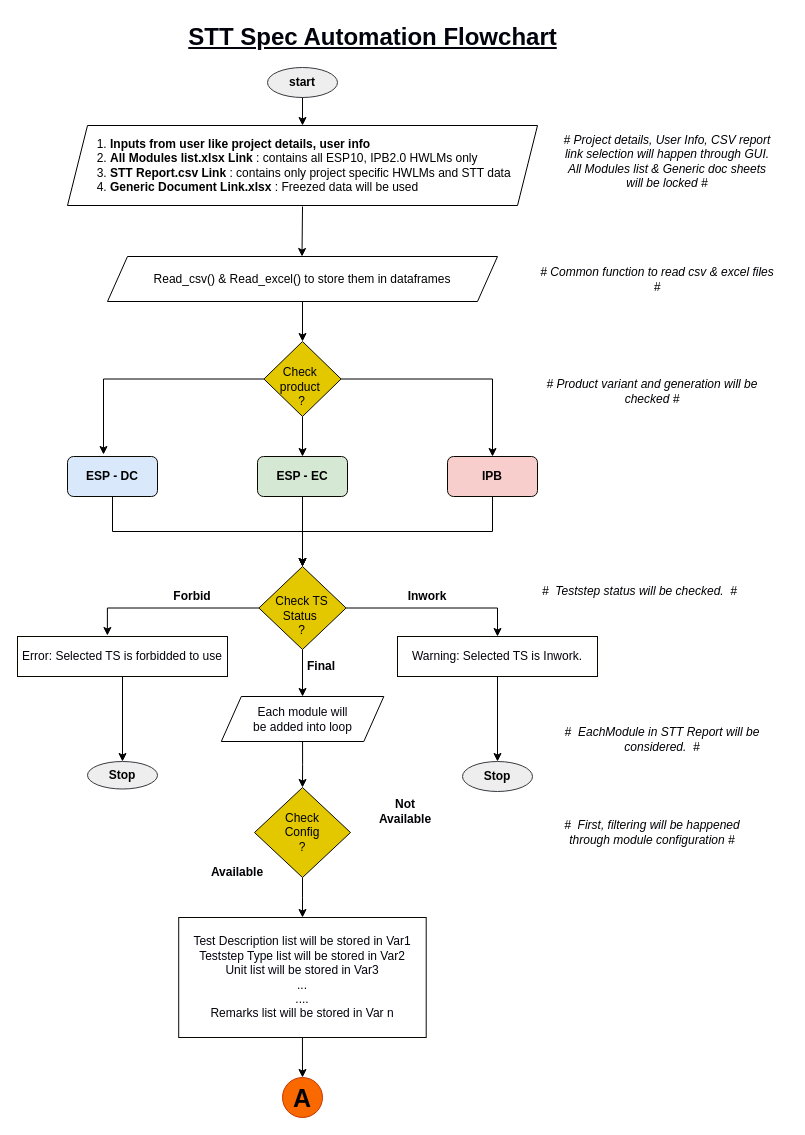
This is page "Page-1" (1 of 2) of Untitled Diagram.drawio from Manideep22/STT, a draw.io file, before an edit. Source tidied: cells renumbered, new cells numbered last; positions are measured from the earlier drawing's top-left corner, leaving out a move shared by most shapes. Both pictures are drawn from the tidied source at 100%, with x=0, y=0 at pixel (17, 17).
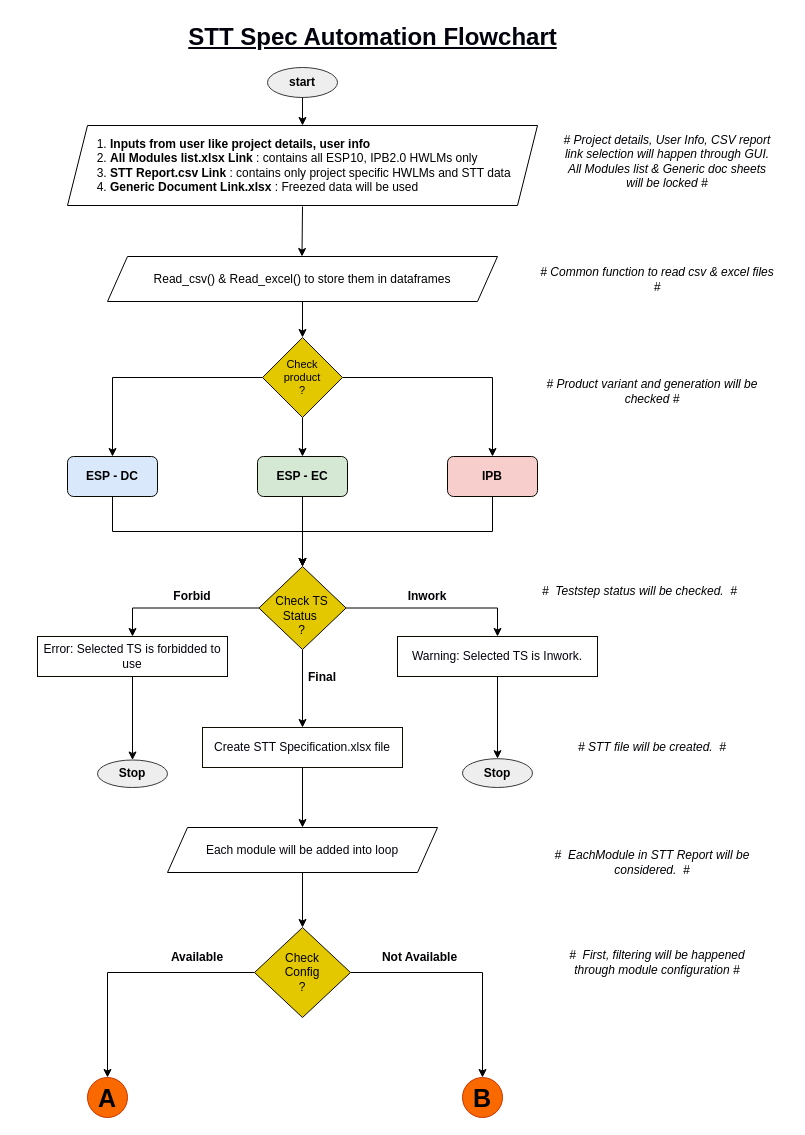
The same diagram, later.

Unchanged cells that the change refers to:
```xml
<mxCell id="5" value="Read_csv() &amp;amp; Read_excel() to store them in dataframes" style="shape=parallelogram;perimeter=parallelogramPerimeter;whiteSpace=wrap;html=1;fixedSize=1;" parent="1" vertex="1">
  <mxGeometry x="90" y="239" width="390" height="45" as="geometry" />
</mxCell>
<mxCell id="14" value="&lt;b&gt;IPB&lt;/b&gt;" style="rounded=1;whiteSpace=wrap;html=1;fillColor=#f8cecc;strokeColor=#0A0900;" parent="1" vertex="1">
  <mxGeometry x="430" y="439" width="90" height="40" as="geometry" />
</mxCell>
<mxCell id="16" value="&lt;b&gt;ESP - DC&lt;/b&gt;" style="rounded=1;whiteSpace=wrap;html=1;labelBackgroundColor=none;fillColor=#dae8fc;strokeColor=#0A0900;" parent="1" vertex="1">
  <mxGeometry x="50" y="439" width="90" height="40" as="geometry" />
</mxCell>
<mxCell id="18" value="&lt;b&gt;ESP - EC&lt;/b&gt;" style="rounded=1;whiteSpace=wrap;html=1;fillColor=#d5e8d4;strokeColor=#0A0900;" parent="1" vertex="1">
  <mxGeometry x="240" y="439" width="90" height="40" as="geometry" />
</mxCell>
<mxCell id="34" value="&lt;div&gt;&lt;br&gt;&lt;/div&gt;&lt;div&gt;Check TS Status&amp;nbsp; &lt;br&gt;&lt;/div&gt;&lt;div&gt;?&lt;/div&gt;" style="rhombus;whiteSpace=wrap;html=1;fontColor=#000000;fillColor=#e3c800;strokeColor=#0A0900;" parent="1" vertex="1">
  <mxGeometry x="241.4" y="549" width="87.2" height="83" as="geometry" />
</mxCell>
<mxCell id="39" value="Warning: Selected TS is Inwork." style="rounded=0;whiteSpace=wrap;html=1;labelBackgroundColor=none;fontColor=#03030D;strokeColor=#0A0900;" parent="1" vertex="1">
  <mxGeometry x="380" y="619" width="200" height="40" as="geometry" />
</mxCell>
```

Change to the diagram source:
```diff
@@
-    <mxCell id="4" style="edgeStyle=orthogonalEdgeStyle;rounded=0;jettySize=auto;html=1;exitX=0.5;exitY=1;exitDx=0;exitDy=0;entryX=0.5;entryY=0;entryDx=0;entryDy=0;fontColor=#03030D;" parent="1" edge="1" source="5" target="11">
+    <mxCell id="4" style="edgeStyle=orthogonalEdgeStyle;rounded=0;jettySize=auto;html=1;exitX=0.5;exitY=1;exitDx=0;exitDy=0;entryX=0.5;entryY=0;entryDx=0;entryDy=0;fontSize=12;fontColor=#03030D;" parent="1" edge="1" source="5" target="11">
       <mxGeometry relative="1" as="geometry" />
     </mxCell>
@@
-    <mxCell id="8" style="edgeStyle=orthogonalEdgeStyle;rounded=0;jettySize=auto;html=1;exitX=0;exitY=0.5;exitDx=0;exitDy=0;entryX=0.4;entryY=-0.05;entryDx=0;entryDy=0;entryPerimeter=0;fontColor=#03030D;" parent="1" edge="1" source="11" target="16">
-      <mxGeometry relative="1" as="geometry" />
-    </mxCell>
-    <mxCell id="9" style="edgeStyle=orthogonalEdgeStyle;rounded=0;jettySize=auto;html=1;exitX=0.5;exitY=1;exitDx=0;exitDy=0;entryX=0.5;entryY=0;entryDx=0;entryDy=0;fontColor=#03030D;" parent="1" edge="1" source="11" target="18">
-      <mxGeometry relative="1" as="geometry" />
-    </mxCell>
-    <mxCell id="10" style="edgeStyle=orthogonalEdgeStyle;rounded=0;jettySize=auto;html=1;entryX=0.5;entryY=0;entryDx=0;entryDy=0;fontColor=#03030D;" parent="1" edge="1" source="11" target="14">
-      <mxGeometry relative="1" as="geometry" />
-    </mxCell>
-    <mxCell id="11" value="&lt;div&gt;&lt;br&gt;&lt;/div&gt;&lt;div&gt;Check&amp;nbsp; product&amp;nbsp; &lt;br&gt;&lt;/div&gt;&lt;div&gt;?&lt;/div&gt;" style="rhombus;whiteSpace=wrap;html=1;fontColor=#000000;fillColor=#e3c800;strokeColor=#0A0900;" parent="1" vertex="1">
-      <mxGeometry x="246.4" y="324" width="77.2" height="75" as="geometry" />
-    </mxCell>
@@
-    <mxCell id="21" style="edgeStyle=orthogonalEdgeStyle;rounded=0;jettySize=auto;html=1;exitX=0.5;exitY=1;exitDx=0;exitDy=0;entryX=0.5;entryY=0;entryDx=0;entryDy=0;fontColor=#03030D;" parent="1" edge="1" source="22" target="24">
+    <mxCell id="21" style="edgeStyle=orthogonalEdgeStyle;rounded=0;jettySize=auto;html=1;exitX=0.5;exitY=1;exitDx=0;exitDy=0;entryX=0.5;entryY=0;entryDx=0;entryDy=0;fontSize=12;fontColor=#03030D;" parent="1" edge="1" source="22" target="24">
       <mxGeometry relative="1" as="geometry" />
     </mxCell>
-    <mxCell id="22" value="&lt;div&gt;Each module will &lt;br&gt;&lt;/div&gt;&lt;div&gt;be added into loop&lt;/div&gt;" style="shape=parallelogram;perimeter=parallelogramPerimeter;whiteSpace=wrap;html=1;fixedSize=1;labelBackgroundColor=none;fontColor=#03030D;" parent="1" vertex="1">
-      <mxGeometry x="203.8" y="679" width="162.5" height="45" as="geometry" />
+    <mxCell id="22" value="&lt;div&gt;Each module will be added into loop&lt;/div&gt;" style="shape=parallelogram;perimeter=parallelogramPerimeter;whiteSpace=wrap;html=1;fixedSize=1;labelBackgroundColor=none;fontColor=#03030D;" parent="1" vertex="1">
+      <mxGeometry x="150" y="810" width="270" height="45" as="geometry" />
     </mxCell>
-    <mxCell id="23" style="edgeStyle=orthogonalEdgeStyle;rounded=0;jettySize=auto;html=1;exitX=0.5;exitY=1;exitDx=0;exitDy=0;fontColor=#03030D;" parent="1" edge="1" source="24" target="30">
-      <mxGeometry relative="1" as="geometry" />
-    </mxCell>
+    <mxCell id="47" style="edgeStyle=orthogonalEdgeStyle;rounded=0;jettySize=auto;html=1;exitX=1;exitY=0.5;exitDx=0;exitDy=0;entryX=0.5;entryY=0;entryDx=0;entryDy=0;fontSize=12;fontColor=#03030D;" parent="1" edge="1" source="24" target="50">
+      <mxGeometry relative="1" as="geometry" />
+    </mxCell>
+    <mxCell id="48" style="edgeStyle=orthogonalEdgeStyle;rounded=0;jettySize=auto;html=1;exitX=0;exitY=0.5;exitDx=0;exitDy=0;entryX=0.5;entryY=0;entryDx=0;entryDy=0;fontSize=12;fontColor=#03030D;" parent="1" edge="1" source="24" target="45">
+      <mxGeometry relative="1" as="geometry" />
+    </mxCell>
     <mxCell id="24" value="&lt;div&gt;Check &lt;br&gt;&lt;/div&gt;&lt;div&gt;Config&lt;/div&gt;&lt;div&gt;?&lt;br&gt;&lt;/div&gt;" style="rhombus;whiteSpace=wrap;html=1;fontColor=#000000;fillColor=#e3c800;strokeColor=#0A0900;" parent="1" vertex="1">
-      <mxGeometry x="237" y="770" width="96" height="90" as="geometry" />
+      <mxGeometry x="237" y="910" width="96" height="90" as="geometry" />
     </mxCell>
     <mxCell id="25" value="#&amp;nbsp; EachModule in STT Report will be considered.&amp;nbsp; #" style="text;html=1;strokeColor=none;fillColor=none;align=center;verticalAlign=middle;whiteSpace=wrap;rounded=0;fontColor=#000005;fontStyle=2;" parent="1" vertex="1">
-      <mxGeometry x="520" y="686.5" width="250" height="70" as="geometry" />
+      <mxGeometry x="510" y="810" width="250" height="70" as="geometry" />
     </mxCell>
     <mxCell id="26" value="#&amp;nbsp; First, filtering will be happened through module configuration #" style="text;html=1;strokeColor=none;fillColor=none;align=center;verticalAlign=middle;whiteSpace=wrap;rounded=0;fontColor=#000005;fontStyle=2;" parent="1" vertex="1">
-      <mxGeometry x="530" y="780" width="210" height="70" as="geometry" />
+      <mxGeometry x="535" y="910" width="210" height="70" as="geometry" />
     </mxCell>
     <mxCell id="27" value="Available" style="text;html=1;strokeColor=none;fillColor=none;align=center;verticalAlign=middle;whiteSpace=wrap;rounded=0;fontColor=#000005;fontStyle=1;" parent="1" vertex="1">
-      <mxGeometry x="190" y="850" width="60" height="10" as="geometry" />
+      <mxGeometry x="150" y="935" width="60" height="10" as="geometry" />
     </mxCell>
     <mxCell id="28" value="Not Available" style="text;html=1;strokeColor=none;fillColor=none;align=center;verticalAlign=middle;whiteSpace=wrap;rounded=0;fontColor=#000005;fontStyle=1;" parent="1" vertex="1">
-      <mxGeometry x="362.5" y="774" width="50" height="40" as="geometry" />
+      <mxGeometry x="360" y="920" width="85" height="40" as="geometry" />
     </mxCell>
-    <mxCell id="29" style="edgeStyle=orthogonalEdgeStyle;rounded=0;jettySize=auto;html=1;exitX=0.5;exitY=1;exitDx=0;exitDy=0;entryX=0.5;entryY=0;entryDx=0;entryDy=0;fontColor=#03030D;" parent="1" edge="1" source="30" target="45">
-      <mxGeometry relative="1" as="geometry" />
-    </mxCell>
-    <mxCell id="30" value="&lt;div&gt;&lt;br&gt;&lt;/div&gt;&lt;div&gt;&lt;br&gt;&lt;/div&gt;&lt;div&gt;&lt;br&gt;&lt;/div&gt;&lt;div&gt;Test Description list will be stored in Var1&lt;/div&gt;&lt;div&gt;&lt;div&gt;Teststep Type list will be stored in Var2&lt;br&gt;&lt;div&gt;Unit list will be stored in Var3&lt;br&gt;...&lt;/div&gt;&lt;div&gt;....&lt;/div&gt;&lt;div&gt;Remarks list will be stored in Var n&lt;div&gt;&lt;br&gt;&lt;br&gt;&lt;/div&gt;&lt;/div&gt;&lt;/div&gt;&lt;/div&gt;&lt;div&gt;&lt;br&gt;&lt;/div&gt;" style="rounded=0;whiteSpace=wrap;html=1;labelBackgroundColor=none;fontColor=#03030D;strokeColor=#0A0900;" parent="1" vertex="1">
-      <mxGeometry x="161.2" y="900" width="247.5" height="120" as="geometry" />
-    </mxCell>
+    <mxCell id="32" style="edgeStyle=orthogonalEdgeStyle;rounded=0;jettySize=auto;html=1;exitX=1;exitY=0.5;exitDx=0;exitDy=0;entryX=0.5;entryY=0;entryDx=0;entryDy=0;fontColor=#03030D;" parent="1" edge="1" source="34" target="39">
+      <mxGeometry relative="1" as="geometry" />
+    </mxCell>
-    <mxCell id="31" style="edgeStyle=orthogonalEdgeStyle;rounded=0;jettySize=auto;html=1;exitX=0;exitY=0.5;exitDx=0;exitDy=0;entryX=0.428;entryY=-0.025;entryDx=0;entryDy=0;entryPerimeter=0;fontColor=#03030D;" parent="1" edge="1" source="34" target="36">
+    <mxCell id="31" style="edgeStyle=orthogonalEdgeStyle;rounded=0;jettySize=auto;html=1;exitX=0;exitY=0.5;exitDx=0;exitDy=0;entryX=0.5;entryY=0;entryDx=0;entryDy=0;fontSize=11;fontColor=#03030D;" parent="1" edge="1" source="34" target="36">
       <mxGeometry relative="1" as="geometry" />
     </mxCell>
-    <mxCell id="32" style="edgeStyle=orthogonalEdgeStyle;rounded=0;jettySize=auto;html=1;exitX=1;exitY=0.5;exitDx=0;exitDy=0;entryX=0.5;entryY=0;entryDx=0;entryDy=0;fontColor=#03030D;" parent="1" edge="1" source="34" target="39">
-      <mxGeometry relative="1" as="geometry" />
-    </mxCell>
-    <mxCell id="33" style="edgeStyle=orthogonalEdgeStyle;rounded=0;jettySize=auto;html=1;exitX=0.5;exitY=1;exitDx=0;exitDy=0;entryX=0.5;entryY=0;entryDx=0;entryDy=0;fontColor=#03030D;" parent="1" edge="1" source="34" target="22">
-      <mxGeometry relative="1" as="geometry" />
-    </mxCell>
+    <mxCell id="49" style="edgeStyle=orthogonalEdgeStyle;rounded=0;jettySize=auto;html=1;exitX=0.5;exitY=1;exitDx=0;exitDy=0;fontSize=12;fontColor=#03030D;" parent="1" edge="1" source="34" target="52">
+      <mxGeometry relative="1" as="geometry" />
+    </mxCell>
@@
     <mxCell id="36" value="Error: Selected TS is forbidded to use" style="rounded=0;whiteSpace=wrap;html=1;labelBackgroundColor=none;fontColor=#03030D;strokeColor=#0A0900;" parent="1" vertex="1">
-      <mxGeometry y="619" width="210" height="40" as="geometry" />
+      <mxGeometry x="20" y="619" width="190" height="40" as="geometry" />
     </mxCell>
@@
     <mxCell id="41" value="Stop" style="ellipse;whiteSpace=wrap;html=1;fillColor=#eeeeee;strokeColor=#36393d;fontStyle=1;" parent="1" vertex="1">
-      <mxGeometry x="445" y="744" width="70" height="30" as="geometry" />
+      <mxGeometry x="445" y="741.2" width="70" height="28.8" as="geometry" />
     </mxCell>
     <mxCell id="42" value="Final" style="text;html=1;strokeColor=none;fillColor=none;align=center;verticalAlign=middle;whiteSpace=wrap;rounded=0;fontColor=#000005;fontStyle=1;" parent="1" vertex="1">
-      <mxGeometry x="283.6" y="639" width="40" height="20" as="geometry" />
+      <mxGeometry x="285" y="650" width="40" height="20" as="geometry" />
     </mxCell>
     <mxCell id="43" value="Stop" style="ellipse;whiteSpace=wrap;html=1;fillColor=#eeeeee;strokeColor=#36393d;fontStyle=1;" parent="1" vertex="1">
-      <mxGeometry x="70" y="744" width="70" height="27.5" as="geometry" />
+      <mxGeometry x="80" y="742.5" width="70" height="27.5" as="geometry" />
     </mxCell>
@@
     <mxCell id="45" value="A" style="ellipse;whiteSpace=wrap;html=1;labelBackgroundColor=none;fontColor=#000000;strokeColor=#C73500;fillColor=#fa6800;fontStyle=1;fontSize=25;" parent="1" vertex="1">
-      <mxGeometry x="265" y="1060" width="40" height="40" as="geometry" />
+      <mxGeometry x="70" y="1060" width="40" height="40" as="geometry" />
     </mxCell>
@@
+    <mxCell id="10" style="edgeStyle=orthogonalEdgeStyle;rounded=0;jettySize=auto;html=1;exitX=1;exitY=0.5;exitDx=0;exitDy=0;entryX=0.5;entryY=0;entryDx=0;entryDy=0;fontSize=12;fontColor=#03030D;" parent="1" edge="1" source="11" target="14">
+      <mxGeometry relative="1" as="geometry" />
+    </mxCell>
+    <mxCell id="8" style="edgeStyle=orthogonalEdgeStyle;rounded=0;jettySize=auto;html=1;exitX=0;exitY=0.5;exitDx=0;exitDy=0;entryX=0.5;entryY=0;entryDx=0;entryDy=0;fontSize=12;fontColor=#03030D;" parent="1" edge="1" source="11" target="16">
+      <mxGeometry relative="1" as="geometry" />
+    </mxCell>
+    <mxCell id="9" style="edgeStyle=orthogonalEdgeStyle;rounded=0;jettySize=auto;html=1;exitX=0.5;exitY=1;exitDx=0;exitDy=0;entryX=0.5;entryY=0;entryDx=0;entryDy=0;fontSize=12;fontColor=#03030D;" parent="1" edge="1" source="11" target="18">
+      <mxGeometry relative="1" as="geometry" />
+    </mxCell>
+    <mxCell id="11" value="&lt;div style=&quot;font-size: 11px&quot;&gt;&lt;font style=&quot;font-size: 11px&quot;&gt;Check &lt;br&gt;&lt;/font&gt;&lt;/div&gt;&lt;div style=&quot;font-size: 11px&quot;&gt;&lt;font style=&quot;font-size: 11px&quot;&gt;product&lt;/font&gt;&lt;/div&gt;&lt;div style=&quot;font-size: 11px&quot;&gt;&lt;font style=&quot;font-size: 11px&quot;&gt;?&lt;br&gt;&lt;/font&gt;&lt;/div&gt;" style="rhombus;whiteSpace=wrap;html=1;labelBackgroundColor=none;fontSize=12;fontColor=#000000;strokeColor=#120F00;fillColor=#e3c800;" parent="1" vertex="1">
+      <mxGeometry x="245" y="320" width="80" height="80" as="geometry" />
+    </mxCell>
+    <mxCell id="50" value="B" style="ellipse;whiteSpace=wrap;html=1;labelBackgroundColor=none;fontColor=#000000;strokeColor=#C73500;fillColor=#fa6800;fontStyle=1;fontSize=25;" parent="1" vertex="1">
+      <mxGeometry x="445" y="1060" width="40" height="40" as="geometry" />
+    </mxCell>
+    <mxCell id="51" style="edgeStyle=orthogonalEdgeStyle;rounded=0;jettySize=auto;html=1;exitX=0.5;exitY=1;exitDx=0;exitDy=0;entryX=0.5;entryY=0;entryDx=0;entryDy=0;fontSize=12;fontColor=#03030D;" parent="1" edge="1" source="52" target="22">
+      <mxGeometry relative="1" as="geometry" />
+    </mxCell>
+    <mxCell id="52" value="Create STT Specification.xlsx file" style="rounded=0;whiteSpace=wrap;html=1;labelBackgroundColor=none;fontSize=12;fontColor=#03030D;strokeColor=#120F00;" parent="1" vertex="1">
+      <mxGeometry x="185" y="710" width="200" height="40" as="geometry" />
+    </mxCell>
+    <mxCell id="53" value="# STT file will be created.&amp;nbsp; #" style="text;html=1;strokeColor=none;fillColor=none;align=center;verticalAlign=middle;whiteSpace=wrap;rounded=0;fontColor=#000005;fontStyle=2;" parent="1" vertex="1">
+      <mxGeometry x="510" y="695" width="250" height="70" as="geometry" />
+    </mxCell>
```
